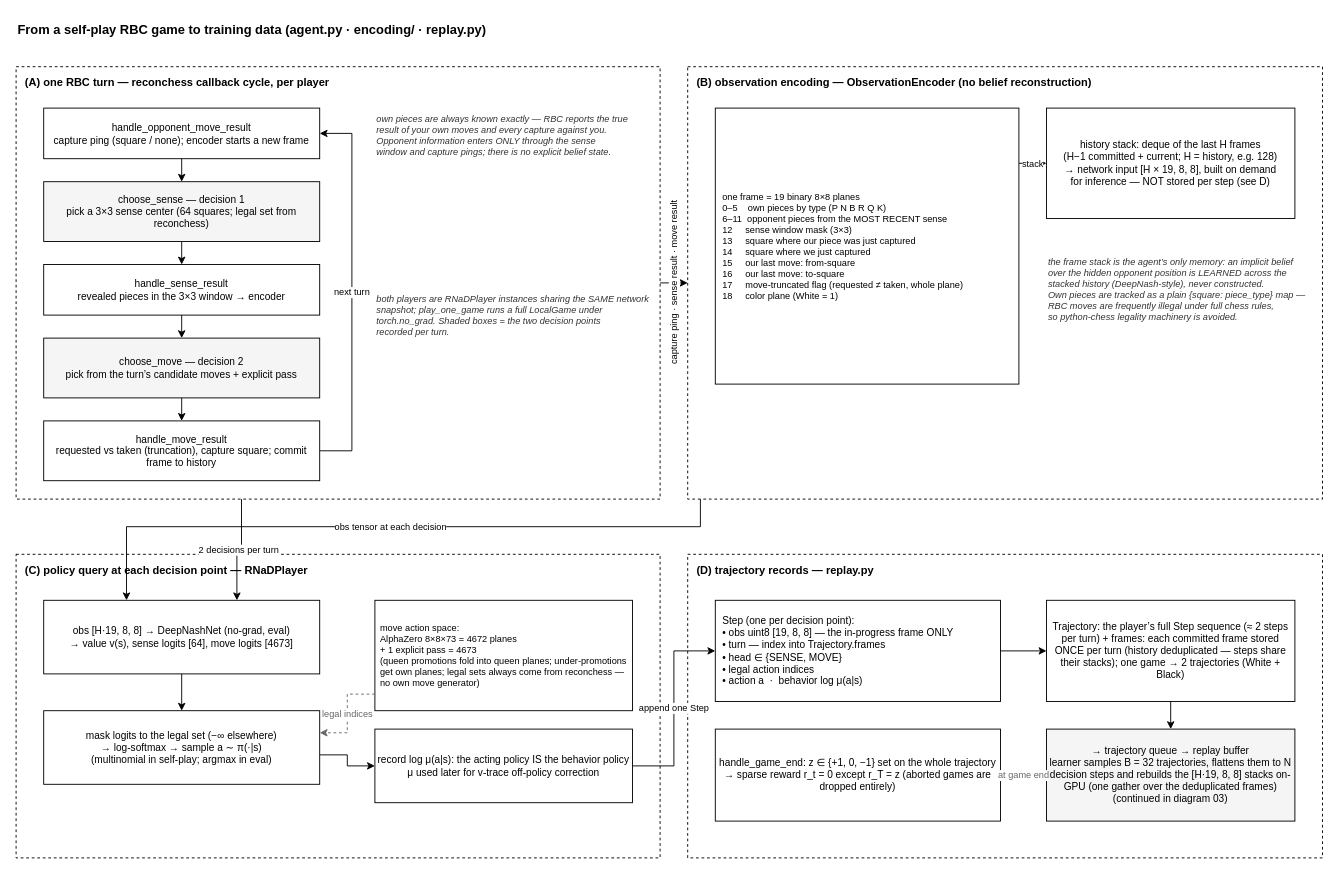
This is docs/diagrams/04-selfplay-data-pipeline.drawio from TristanBandat/deepnash-rbc, a draw.io file, before an edit. Source tidied: cells renumbered, new cells numbered last; positions are measured from the earlier drawing's top-left corner, leaving out a move shared by most shapes. Both pictures are drawn from the tidied source at 92%, with x=0, y=0 at pixel (16, 16).
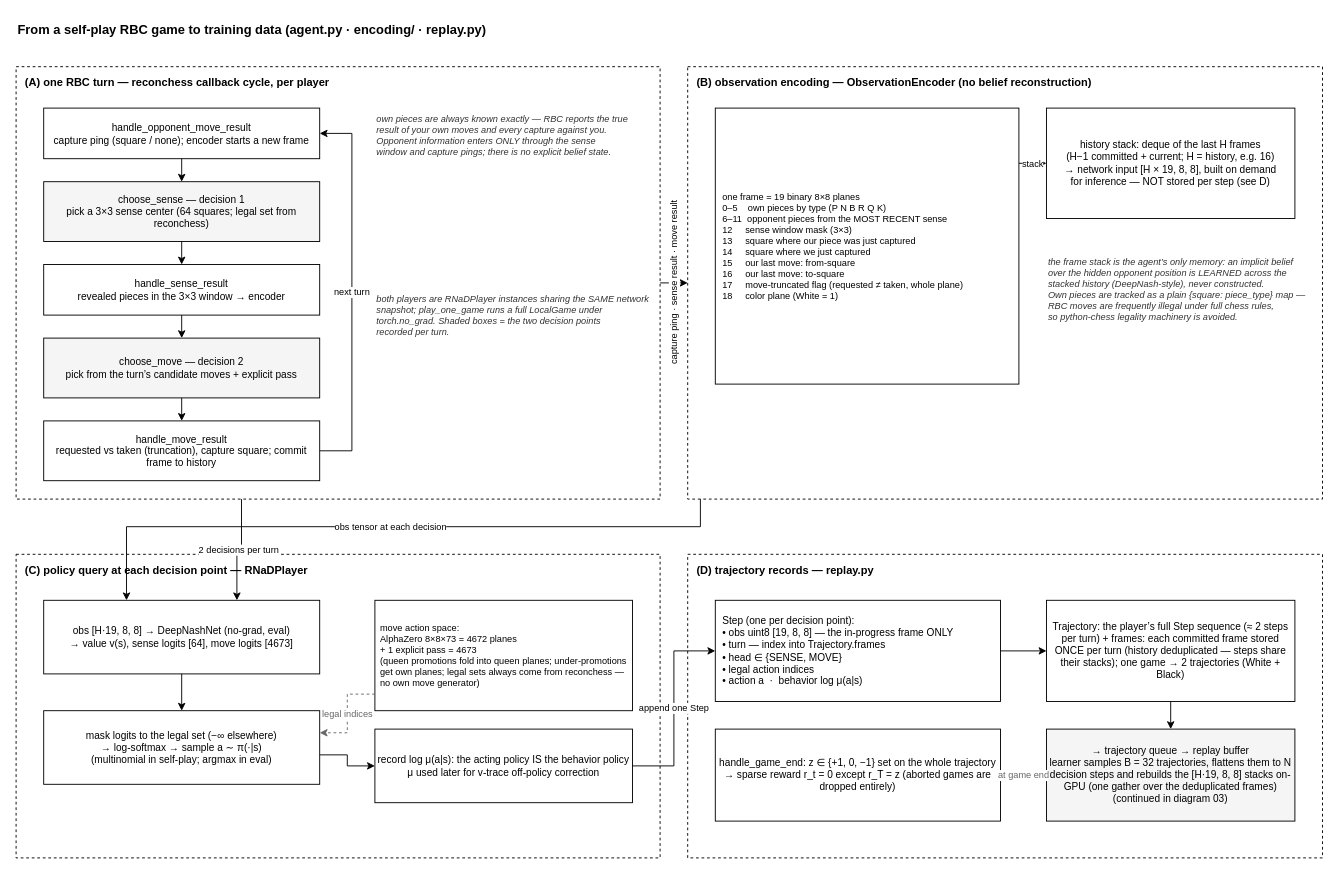
Above is the later version.

Change to the diagram source:
```diff
@@
-    <mxCell id="18" value="history stack: deque of the last H frames&lt;br&gt;(H−1 committed + current; H = history, e.g. 128)&lt;br&gt;→ network input [H × 19, 8, 8], built on demand&lt;br&gt;for inference — NOT stored per step (see D)" style="rounded=0;whiteSpace=wrap;html=1;fillColor=#FFFFFF;strokeColor=#000000;fontSize=11;" parent="1" vertex="1">
+    <mxCell id="18" value="history stack: deque of the last H frames&lt;br&gt;(H−1 committed + current; H = history, e.g. 16)&lt;br&gt;→ network input [H × 19, 8, 8], built on demand&lt;br&gt;for inference — NOT stored per step (see D)" style="rounded=0;whiteSpace=wrap;html=1;fillColor=#FFFFFF;strokeColor=#000000;fontSize=11;" parent="1" vertex="1">
       <mxGeometry x="1120" y="100" width="270" height="120" as="geometry" />
     </mxCell>
```
